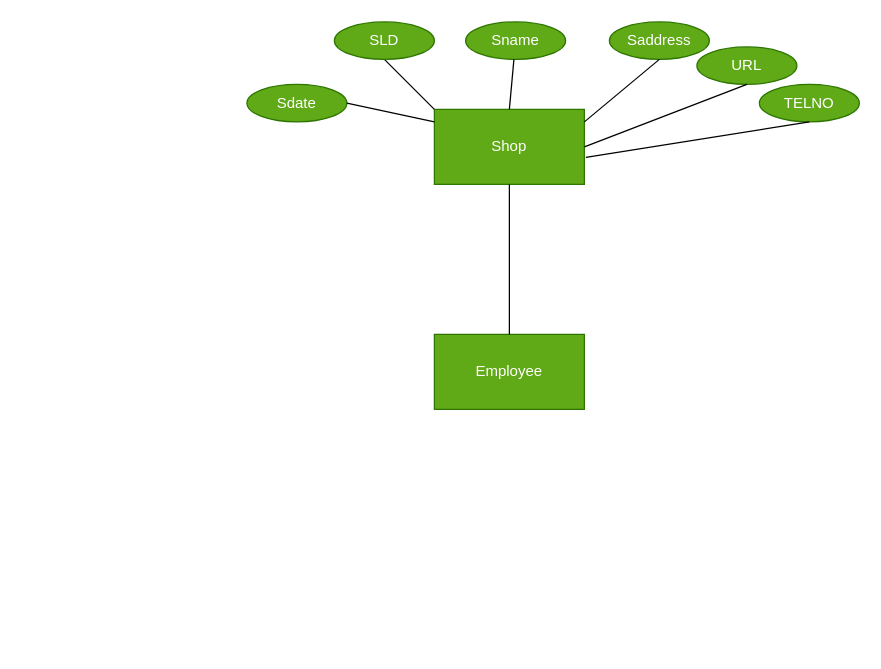
This is EER_Diagram.drawio from n1ck007/cse3330_project, a draw.io file, before an edit. Source tidied: cells renumbered, new cells numbered last; positions are measured from the earlier drawing's top-left corner, leaving out a move shared by most shapes. Both pictures are drawn from the tidied source at 125%, with x=0, y=0 at pixel (246, 21).
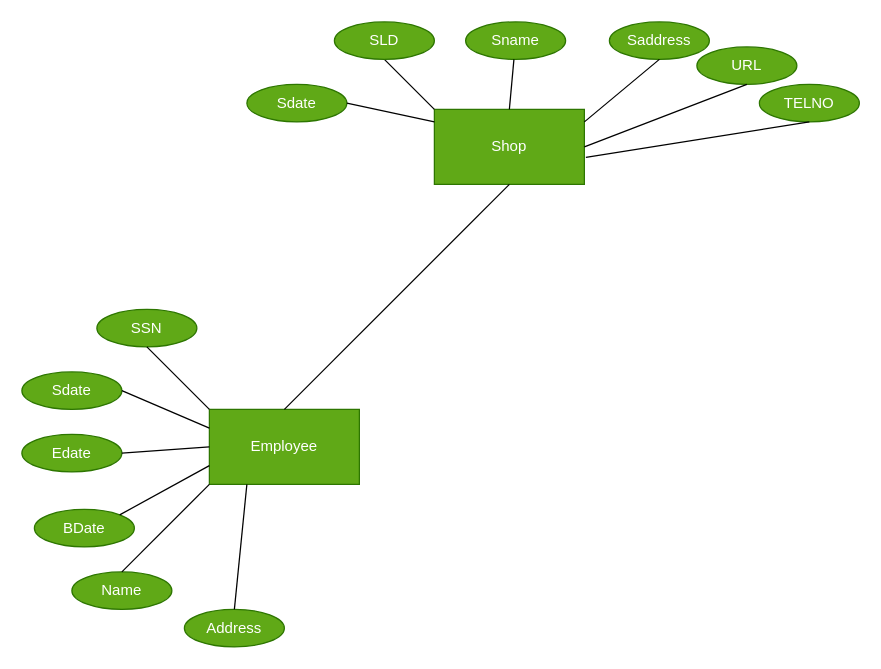
After the change.

Diff of the diagram source:
```diff
@@
     <mxCell id="15" value="Employee" style="rounded=0;whiteSpace=wrap;html=1;fillColor=#60a917;fontColor=#ffffff;strokeColor=#2D7600;" parent="1" vertex="1">
-      <mxGeometry x="150" y="250" width="120" height="60" as="geometry" />
+      <mxGeometry x="-30" y="310" width="120" height="60" as="geometry" />
     </mxCell>
@@
+    <mxCell id="17" value="SSN" style="ellipse;whiteSpace=wrap;html=1;fillColor=#60a917;fontColor=#ffffff;strokeColor=#2D7600;" parent="1" vertex="1">
+      <mxGeometry x="-120" y="230" width="80" height="30" as="geometry" />
+    </mxCell>
+    <mxCell id="18" style="endArrow=none;html=1;rounded=0;exitX=0;exitY=0;exitDx=0;exitDy=0;entryX=0.5;entryY=1;entryDx=0;entryDy=0;" parent="1" edge="1" source="15" target="17">
+      <mxGeometry relative="1" as="geometry" />
+    </mxCell>
+    <mxCell id="19" value="Sdate" style="ellipse;whiteSpace=wrap;html=1;fillColor=#60a917;fontColor=#ffffff;strokeColor=#2D7600;" parent="1" vertex="1">
+      <mxGeometry x="-180" y="280" width="80" height="30" as="geometry" />
+    </mxCell>
+    <mxCell id="20" value="Edate" style="ellipse;whiteSpace=wrap;html=1;fillColor=#60a917;fontColor=#ffffff;strokeColor=#2D7600;" parent="1" vertex="1">
+      <mxGeometry x="-180" y="330" width="80" height="30" as="geometry" />
+    </mxCell>
+    <mxCell id="21" value="BDate" style="ellipse;whiteSpace=wrap;html=1;fillColor=#60a917;fontColor=#ffffff;strokeColor=#2D7600;" parent="1" vertex="1">
+      <mxGeometry x="-170" y="390" width="80" height="30" as="geometry" />
+    </mxCell>
+    <mxCell id="22" value="Name" style="ellipse;whiteSpace=wrap;html=1;fillColor=#60a917;fontColor=#ffffff;strokeColor=#2D7600;" parent="1" vertex="1">
+      <mxGeometry x="-140" y="440" width="80" height="30" as="geometry" />
+    </mxCell>
+    <mxCell id="23" value="Address" style="ellipse;whiteSpace=wrap;html=1;fillColor=#60a917;fontColor=#ffffff;strokeColor=#2D7600;" parent="1" vertex="1">
+      <mxGeometry x="-50" y="470" width="80" height="30" as="geometry" />
+    </mxCell>
+    <mxCell id="24" style="endArrow=none;html=1;rounded=0;exitX=0.5;exitY=0;exitDx=0;exitDy=0;entryX=0.25;entryY=1;entryDx=0;entryDy=0;" parent="1" edge="1" source="23" target="15">
+      <mxGeometry relative="1" as="geometry" />
+    </mxCell>
+    <mxCell id="25" style="endArrow=none;html=1;rounded=0;entryX=0;entryY=1;entryDx=0;entryDy=0;exitX=0.5;exitY=0;exitDx=0;exitDy=0;" parent="1" edge="1" source="22" target="15">
+      <mxGeometry relative="1" as="geometry" />
+    </mxCell>
+    <mxCell id="26" style="endArrow=none;html=1;rounded=0;exitX=1;exitY=0;exitDx=0;exitDy=0;entryX=0;entryY=0.75;entryDx=0;entryDy=0;" parent="1" edge="1" source="21" target="15">
+      <mxGeometry relative="1" as="geometry" />
+    </mxCell>
+    <mxCell id="27" style="endArrow=none;html=1;rounded=0;entryX=1;entryY=0.5;entryDx=0;entryDy=0;exitX=0;exitY=0.5;exitDx=0;exitDy=0;" parent="1" edge="1" source="15" target="20">
+      <mxGeometry relative="1" as="geometry" />
+    </mxCell>
+    <mxCell id="28" style="endArrow=none;html=1;rounded=0;exitX=1;exitY=0.5;exitDx=0;exitDy=0;entryX=0;entryY=0.25;entryDx=0;entryDy=0;" parent="1" edge="1" source="19" target="15">
+      <mxGeometry relative="1" as="geometry" />
+    </mxCell>
```
